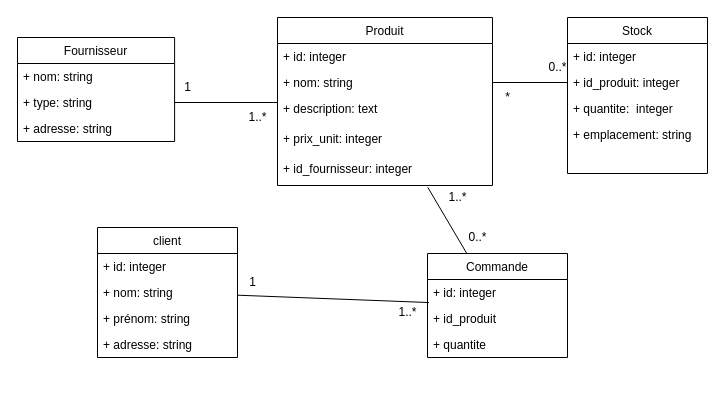
Earlier version of the draw.io diagram conception/diagramme_classe.drawio (antonio150/gestion_stock). Source tidied: cells renumbered, new cells numbered last; positions are measured from the earlier drawing's top-left corner, leaving out a move shared by most shapes. Both pictures are drawn from the tidied source at 100%, with x=0, y=0 at pixel (17, 17).
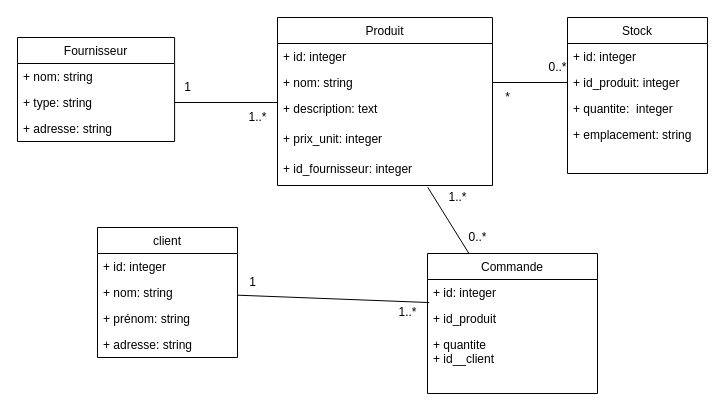
The same diagram, later.

What changed in the source:
```diff
@@
     <mxCell id="24" value="Commande" style="swimlane;fontStyle=0;horizontal=1;startSize=26;fillColor=none;glass=0;" parent="1" vertex="1">
-      <mxGeometry x="410" y="236" width="140" height="104" as="geometry" />
+      <mxGeometry x="410" y="236" width="170" height="140" as="geometry" />
     </mxCell>
     <mxCell id="25" value="+ id: integer" style="text;strokeColor=none;fillColor=none;align=left;verticalAlign=top;spacingLeft=4;spacingRight=4;overflow=hidden;glass=0;" parent="24" vertex="1">
-      <mxGeometry y="26" width="140" height="26" as="geometry" />
+      <mxGeometry y="26" width="170" height="26" as="geometry" />
     </mxCell>
     <mxCell id="26" value="+ id_produit" style="text;strokeColor=none;fillColor=none;align=left;verticalAlign=top;spacingLeft=4;spacingRight=4;overflow=hidden;points=[[0,0.5],[1,0.5]];portConstraint=eastwest;glass=0;" parent="24" vertex="1">
-      <mxGeometry y="52" width="140" height="26" as="geometry" />
+      <mxGeometry y="52" width="170" height="26" as="geometry" />
     </mxCell>
-    <mxCell id="27" value="+ quantite" style="text;strokeColor=none;fillColor=none;align=left;verticalAlign=top;spacingLeft=4;spacingRight=4;overflow=hidden;glass=0;" parent="24" vertex="1">
-      <mxGeometry y="78" width="140" height="26" as="geometry" />
+    <mxCell id="27" value="+ quantite&#10;+ id__client&#10;" style="text;strokeColor=none;fillColor=none;align=left;verticalAlign=top;spacingLeft=4;spacingRight=4;overflow=hidden;glass=0;" parent="24" vertex="1">
+      <mxGeometry y="78" width="170" height="62" as="geometry" />
     </mxCell>
```
